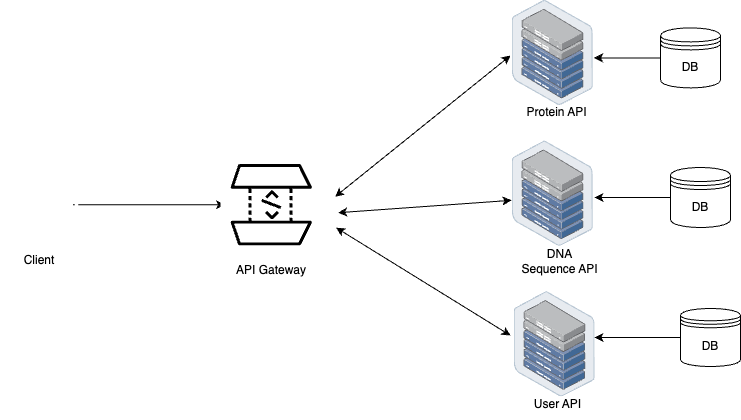
Above: architecture.png in JHorlamide/BioSeqAnalyzer (draw.io), before the change. Source tidied: cells renumbered, new cells last; positions are measured from the earlier drawing's top-left corner, leaving out a move shared by most shapes. Source of this version:
```xml
<mxGraphModel>
  <root>
    <mxCell id="0" />
    <mxCell id="1" parent="0" />
    <mxCell id="2" style="edgeStyle=orthogonalEdgeStyle;rounded=0;jettySize=auto;html=1;" parent="1" edge="1" target="4">
      <mxGeometry relative="1" as="geometry">
        <mxPoint x="72.5" y="204.2" as="sourcePoint" />
      </mxGeometry>
    </mxCell>
    <mxCell id="3" style="sketch=0;gradientDirection=north;dashed=0;verticalLabelPosition=bottom;verticalAlign=top;align=center;html=1;fontSize=12;fontStyle=0;shape=mxgraph.aws4.resourceIcon;resIcon=mxgraph.aws4.api_gateway;direction=south;" parent="1" vertex="1">
      <mxGeometry x="220" y="153.4" width="101.6" height="101.6" as="geometry" />
    </mxCell>
    <mxCell id="4" style="shape=waypoint;sketch=0;size=6;points=[];fillColor=#945de0;perimeter=centerPerimeter;snapToPoint=1;verticalAlign=top;strokeColor=none;" parent="1" vertex="1">
      <mxGeometry x="214.5" y="194.2" width="20" height="20" as="geometry" />
    </mxCell>
    <mxCell id="5" value="DB" style="shape=datastore;whiteSpace=wrap;html=1;" parent="1" vertex="1">
      <mxGeometry x="660" y="27.4" width="60" height="60" as="geometry" />
    </mxCell>
    <mxCell id="6" style="edgeStyle=orthogonalEdgeStyle;rounded=0;jettySize=auto;html=1;" parent="1" edge="1" source="5">
      <mxGeometry relative="1" as="geometry">
        <mxPoint x="593.5" y="57.4" as="targetPoint" />
      </mxGeometry>
    </mxCell>
    <mxCell id="7" style="edgeStyle=orthogonalEdgeStyle;rounded=0;jettySize=auto;html=1;" parent="1" edge="1" source="8">
      <mxGeometry relative="1" as="geometry">
        <mxPoint x="594" y="197" as="targetPoint" />
      </mxGeometry>
    </mxCell>
    <mxCell id="8" value="DB" style="shape=datastore;whiteSpace=wrap;html=1;" parent="1" vertex="1">
      <mxGeometry x="670" y="167" width="60" height="60" as="geometry" />
    </mxCell>
    <mxCell id="9" style="edgeStyle=orthogonalEdgeStyle;rounded=0;jettySize=auto;html=1;" parent="1" edge="1" source="10">
      <mxGeometry relative="1" as="geometry">
        <mxPoint x="594" y="337" as="targetPoint" />
      </mxGeometry>
    </mxCell>
    <mxCell id="10" value="DB" style="shape=datastore;whiteSpace=wrap;html=1;" parent="1" vertex="1">
      <mxGeometry x="680" y="308" width="60" height="58" as="geometry" />
    </mxCell>
    <mxCell id="11" style="endArrow=classic;startArrow=classic;html=1;rounded=0;" parent="1" edge="1">
      <mxGeometry relative="1" as="geometry">
        <mxPoint x="334.6" y="196.2" as="sourcePoint" />
        <mxPoint x="510" y="55" as="targetPoint" />
      </mxGeometry>
    </mxCell>
    <mxCell id="12" style="endArrow=classic;startArrow=classic;html=1;rounded=0;" parent="1" edge="1">
      <mxGeometry relative="1" as="geometry">
        <mxPoint x="335.6" y="227.2" as="sourcePoint" />
        <mxPoint x="510" y="335" as="targetPoint" />
      </mxGeometry>
    </mxCell>
    <mxCell id="13" style="endArrow=classic;startArrow=classic;html=1;rounded=0;" parent="1" edge="1">
      <mxGeometry relative="1" as="geometry">
        <mxPoint x="337.6" y="212.2" as="sourcePoint" />
        <mxPoint x="511" y="199.8" as="targetPoint" />
      </mxGeometry>
    </mxCell>
    <mxCell id="14" value="API Gateway" style="text;html=1;strokeColor=none;fillColor=none;align=center;verticalAlign=middle;whiteSpace=wrap;rounded=0;" parent="1" vertex="1">
      <mxGeometry x="220.8" y="245" width="100" height="50" as="geometry" />
    </mxCell>
    <mxCell id="15" value="Protein API" style="text;html=1;strokeColor=none;fillColor=none;align=center;verticalAlign=middle;whiteSpace=wrap;rounded=0;" parent="1" vertex="1">
      <mxGeometry x="515.5" y="97.2" width="80.5" height="30" as="geometry" />
    </mxCell>
    <mxCell id="16" style="sketch=0;fontColor=#232F3E;gradientColor=none;fillColor=#FFFFFF;strokeColor=none;dashed=0;verticalLabelPosition=bottom;verticalAlign=top;align=center;html=1;fontSize=12;fontStyle=0;shape=mxgraph.aws4.client;" parent="1" vertex="1">
      <mxGeometry y="166.2" width="78" height="76" as="geometry" />
    </mxCell>
    <mxCell id="17" value="Client" style="text;html=1;strokeColor=none;fillColor=none;align=center;verticalAlign=middle;whiteSpace=wrap;rounded=0;" parent="1" vertex="1">
      <mxGeometry x="9" y="245" width="60" height="30" as="geometry" />
    </mxCell>
    <mxCell id="18" style="html=1;align=center;shadow=0;dashed=0;image;image=img/lib/allied_telesis/storage/Datacenter_Server_Half_Rack_ToR.svg;fillColor=#FFFFFF;" parent="1" vertex="1">
      <mxGeometry x="511.7" y="-0.4" width="81.1" height="105.4" as="geometry" />
    </mxCell>
    <mxCell id="19" value="DNA Sequence API" style="text;html=1;strokeColor=none;fillColor=none;align=center;verticalAlign=middle;whiteSpace=wrap;rounded=0;" parent="1" vertex="1">
      <mxGeometry x="518.5" y="246" width="80.5" height="30" as="geometry" />
    </mxCell>
    <mxCell id="20" style="html=1;align=center;shadow=0;dashed=0;image;image=img/lib/allied_telesis/storage/Datacenter_Server_Half_Rack_ToR.svg;fillColor=#FFFFFF;" parent="1" vertex="1">
      <mxGeometry x="511.7" y="140.4" width="81.1" height="105.4" as="geometry" />
    </mxCell>
    <mxCell id="21" value="User API" style="text;html=1;strokeColor=none;fillColor=none;align=center;verticalAlign=middle;whiteSpace=wrap;rounded=0;" parent="1" vertex="1">
      <mxGeometry x="517.4" y="388.6" width="80.5" height="30" as="geometry" />
    </mxCell>
    <mxCell id="22" style="html=1;align=center;shadow=0;dashed=0;image;image=img/lib/allied_telesis/storage/Datacenter_Server_Half_Rack_ToR.svg;fillColor=#FFFFFF;" parent="1" vertex="1">
      <mxGeometry x="513.6" y="291" width="81.1" height="105.4" as="geometry" />
    </mxCell>
  </root>
</mxGraphModel>
```
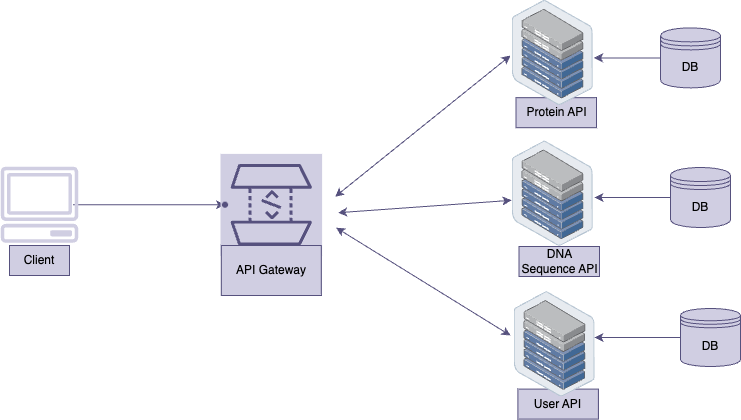
After the commit.

Commit message:
Modified the architecture diagram

Diff of the diagram source:
```diff
@@ -2,84 +2,84 @@
   <root>
     <mxCell id="0" />
     <mxCell id="1" parent="0" />
-    <mxCell id="2" style="edgeStyle=orthogonalEdgeStyle;rounded=0;jettySize=auto;html=1;" parent="1" edge="1" target="4">
+    <mxCell id="2" style="edgeStyle=orthogonalEdgeStyle;rounded=0;jettySize=auto;html=1;fillColor=#d0cee2;strokeColor=#56517e;" parent="1" edge="1" target="4">
       <mxGeometry relative="1" as="geometry">
         <mxPoint x="72.5" y="204.2" as="sourcePoint" />
       </mxGeometry>
     </mxCell>
-    <mxCell id="3" style="sketch=0;gradientDirection=north;dashed=0;verticalLabelPosition=bottom;verticalAlign=top;align=center;html=1;fontSize=12;fontStyle=0;shape=mxgraph.aws4.resourceIcon;resIcon=mxgraph.aws4.api_gateway;direction=south;" parent="1" vertex="1">
+    <mxCell id="3" style="gradientDirection=north;dashed=0;verticalLabelPosition=bottom;verticalAlign=top;align=center;html=1;fontSize=12;fontStyle=0;shape=mxgraph.aws4.resourceIcon;resIcon=mxgraph.aws4.api_gateway;direction=south;fillColor=#d0cee2;strokeColor=#56517e;" parent="1" vertex="1">
       <mxGeometry x="220" y="153.4" width="101.6" height="101.6" as="geometry" />
     </mxCell>
-    <mxCell id="4" style="shape=waypoint;sketch=0;size=6;points=[];fillColor=#945de0;perimeter=centerPerimeter;snapToPoint=1;verticalAlign=top;strokeColor=none;" parent="1" vertex="1">
+    <mxCell id="4" style="shape=waypoint;size=6;points=[];fillColor=#d0cee2;perimeter=centerPerimeter;snapToPoint=1;verticalAlign=top;strokeColor=#56517e;" parent="1" vertex="1">
       <mxGeometry x="214.5" y="194.2" width="20" height="20" as="geometry" />
     </mxCell>
-    <mxCell id="5" value="DB" style="shape=datastore;whiteSpace=wrap;html=1;" parent="1" vertex="1">
+    <mxCell id="5" value="DB" style="shape=datastore;whiteSpace=wrap;html=1;fillColor=#d0cee2;strokeColor=#56517e;" parent="1" vertex="1">
       <mxGeometry x="660" y="27.4" width="60" height="60" as="geometry" />
     </mxCell>
-    <mxCell id="6" style="edgeStyle=orthogonalEdgeStyle;rounded=0;jettySize=auto;html=1;" parent="1" edge="1" source="5">
+    <mxCell id="6" style="edgeStyle=orthogonalEdgeStyle;rounded=0;jettySize=auto;html=1;fillColor=#d0cee2;strokeColor=#56517e;" parent="1" edge="1" source="5">
       <mxGeometry relative="1" as="geometry">
         <mxPoint x="593.5" y="57.4" as="targetPoint" />
       </mxGeometry>
     </mxCell>
-    <mxCell id="7" style="edgeStyle=orthogonalEdgeStyle;rounded=0;jettySize=auto;html=1;" parent="1" edge="1" source="8">
+    <mxCell id="7" style="edgeStyle=orthogonalEdgeStyle;rounded=0;jettySize=auto;html=1;fillColor=#d0cee2;strokeColor=#56517e;" parent="1" edge="1" source="8">
       <mxGeometry relative="1" as="geometry">
         <mxPoint x="594" y="197" as="targetPoint" />
       </mxGeometry>
     </mxCell>
-    <mxCell id="8" value="DB" style="shape=datastore;whiteSpace=wrap;html=1;" parent="1" vertex="1">
+    <mxCell id="8" value="DB" style="shape=datastore;whiteSpace=wrap;html=1;fillColor=#d0cee2;strokeColor=#56517e;" parent="1" vertex="1">
       <mxGeometry x="670" y="167" width="60" height="60" as="geometry" />
     </mxCell>
-    <mxCell id="9" style="edgeStyle=orthogonalEdgeStyle;rounded=0;jettySize=auto;html=1;" parent="1" edge="1" source="10">
+    <mxCell id="9" style="edgeStyle=orthogonalEdgeStyle;rounded=0;jettySize=auto;html=1;fillColor=#d0cee2;strokeColor=#56517e;" parent="1" edge="1" source="10">
       <mxGeometry relative="1" as="geometry">
         <mxPoint x="594" y="337" as="targetPoint" />
       </mxGeometry>
     </mxCell>
-    <mxCell id="10" value="DB" style="shape=datastore;whiteSpace=wrap;html=1;" parent="1" vertex="1">
+    <mxCell id="10" value="DB" style="shape=datastore;whiteSpace=wrap;html=1;fillColor=#d0cee2;strokeColor=#56517e;" parent="1" vertex="1">
       <mxGeometry x="680" y="308" width="60" height="58" as="geometry" />
     </mxCell>
-    <mxCell id="11" style="endArrow=classic;startArrow=classic;html=1;rounded=0;" parent="1" edge="1">
+    <mxCell id="11" style="endArrow=classic;startArrow=classic;html=1;rounded=0;fillColor=#d0cee2;strokeColor=#56517e;" parent="1" edge="1">
       <mxGeometry relative="1" as="geometry">
         <mxPoint x="334.6" y="196.2" as="sourcePoint" />
         <mxPoint x="510" y="55" as="targetPoint" />
       </mxGeometry>
     </mxCell>
-    <mxCell id="12" style="endArrow=classic;startArrow=classic;html=1;rounded=0;" parent="1" edge="1">
+    <mxCell id="12" style="endArrow=classic;startArrow=classic;html=1;rounded=0;fillColor=#d0cee2;strokeColor=#56517e;" parent="1" edge="1">
       <mxGeometry relative="1" as="geometry">
         <mxPoint x="335.6" y="227.2" as="sourcePoint" />
         <mxPoint x="510" y="335" as="targetPoint" />
       </mxGeometry>
     </mxCell>
-    <mxCell id="13" style="endArrow=classic;startArrow=classic;html=1;rounded=0;" parent="1" edge="1">
+    <mxCell id="13" style="endArrow=classic;startArrow=classic;html=1;rounded=0;fillColor=#d0cee2;strokeColor=#56517e;" parent="1" edge="1">
       <mxGeometry relative="1" as="geometry">
         <mxPoint x="337.6" y="212.2" as="sourcePoint" />
         <mxPoint x="511" y="199.8" as="targetPoint" />
       </mxGeometry>
     </mxCell>
-    <mxCell id="14" value="API Gateway" style="text;html=1;strokeColor=none;fillColor=none;align=center;verticalAlign=middle;whiteSpace=wrap;rounded=0;" parent="1" vertex="1">
+    <mxCell id="14" value="API Gateway" style="text;html=1;strokeColor=#56517e;fillColor=#d0cee2;align=center;verticalAlign=middle;whiteSpace=wrap;rounded=0;" parent="1" vertex="1">
       <mxGeometry x="220.8" y="245" width="100" height="50" as="geometry" />
     </mxCell>
-    <mxCell id="15" value="Protein API" style="text;html=1;strokeColor=none;fillColor=none;align=center;verticalAlign=middle;whiteSpace=wrap;rounded=0;" parent="1" vertex="1">
+    <mxCell id="15" value="Protein API" style="text;html=1;strokeColor=#56517e;fillColor=#d0cee2;align=center;verticalAlign=middle;whiteSpace=wrap;rounded=0;" parent="1" vertex="1">
       <mxGeometry x="515.5" y="97.2" width="80.5" height="30" as="geometry" />
     </mxCell>
-    <mxCell id="16" style="sketch=0;fontColor=#232F3E;gradientColor=none;fillColor=#FFFFFF;strokeColor=none;dashed=0;verticalLabelPosition=bottom;verticalAlign=top;align=center;html=1;fontSize=12;fontStyle=0;shape=mxgraph.aws4.client;" parent="1" vertex="1">
+    <mxCell id="16" style="fillColor=#d0cee2;strokeColor=#56517e;dashed=0;verticalLabelPosition=bottom;verticalAlign=top;align=center;html=1;fontSize=12;fontStyle=0;shape=mxgraph.aws4.client;" parent="1" vertex="1">
       <mxGeometry y="166.2" width="78" height="76" as="geometry" />
     </mxCell>
-    <mxCell id="17" value="Client" style="text;html=1;strokeColor=none;fillColor=none;align=center;verticalAlign=middle;whiteSpace=wrap;rounded=0;" parent="1" vertex="1">
+    <mxCell id="17" value="Client" style="text;html=1;strokeColor=#56517e;fillColor=#d0cee2;align=center;verticalAlign=middle;whiteSpace=wrap;rounded=0;" parent="1" vertex="1">
       <mxGeometry x="9" y="245" width="60" height="30" as="geometry" />
     </mxCell>
-    <mxCell id="18" style="html=1;align=center;shadow=0;dashed=0;image;image=img/lib/allied_telesis/storage/Datacenter_Server_Half_Rack_ToR.svg;fillColor=#FFFFFF;" parent="1" vertex="1">
+    <mxCell id="18" style="html=1;align=center;shadow=0;dashed=0;image;image=img/lib/allied_telesis/storage/Datacenter_Server_Half_Rack_ToR.svg;fillColor=#d0cee2;strokeColor=#56517e;" parent="1" vertex="1">
       <mxGeometry x="511.7" y="-0.4" width="81.1" height="105.4" as="geometry" />
     </mxCell>
-    <mxCell id="19" value="DNA Sequence API" style="text;html=1;strokeColor=none;fillColor=none;align=center;verticalAlign=middle;whiteSpace=wrap;rounded=0;" parent="1" vertex="1">
+    <mxCell id="19" value="DNA Sequence API" style="text;html=1;strokeColor=#56517e;fillColor=#d0cee2;align=center;verticalAlign=middle;whiteSpace=wrap;rounded=0;" parent="1" vertex="1">
       <mxGeometry x="518.5" y="246" width="80.5" height="30" as="geometry" />
     </mxCell>
-    <mxCell id="20" style="html=1;align=center;shadow=0;dashed=0;image;image=img/lib/allied_telesis/storage/Datacenter_Server_Half_Rack_ToR.svg;fillColor=#FFFFFF;" parent="1" vertex="1">
+    <mxCell id="20" style="html=1;align=center;shadow=0;dashed=0;image;image=img/lib/allied_telesis/storage/Datacenter_Server_Half_Rack_ToR.svg;fillColor=#d0cee2;strokeColor=#56517e;" parent="1" vertex="1">
       <mxGeometry x="511.7" y="140.4" width="81.1" height="105.4" as="geometry" />
     </mxCell>
-    <mxCell id="21" value="User API" style="text;html=1;strokeColor=none;fillColor=none;align=center;verticalAlign=middle;whiteSpace=wrap;rounded=0;" parent="1" vertex="1">
+    <mxCell id="21" value="User API" style="text;html=1;strokeColor=#56517e;fillColor=#d0cee2;align=center;verticalAlign=middle;whiteSpace=wrap;rounded=0;" parent="1" vertex="1">
       <mxGeometry x="517.4" y="388.6" width="80.5" height="30" as="geometry" />
     </mxCell>
-    <mxCell id="22" style="html=1;align=center;shadow=0;dashed=0;image;image=img/lib/allied_telesis/storage/Datacenter_Server_Half_Rack_ToR.svg;fillColor=#FFFFFF;" parent="1" vertex="1">
+    <mxCell id="22" style="html=1;align=center;shadow=0;dashed=0;image;image=img/lib/allied_telesis/storage/Datacenter_Server_Half_Rack_ToR.svg;fillColor=#d0cee2;strokeColor=#56517e;" parent="1" vertex="1">
       <mxGeometry x="513.6" y="291" width="81.1" height="105.4" as="geometry" />
     </mxCell>
   </root>
```
